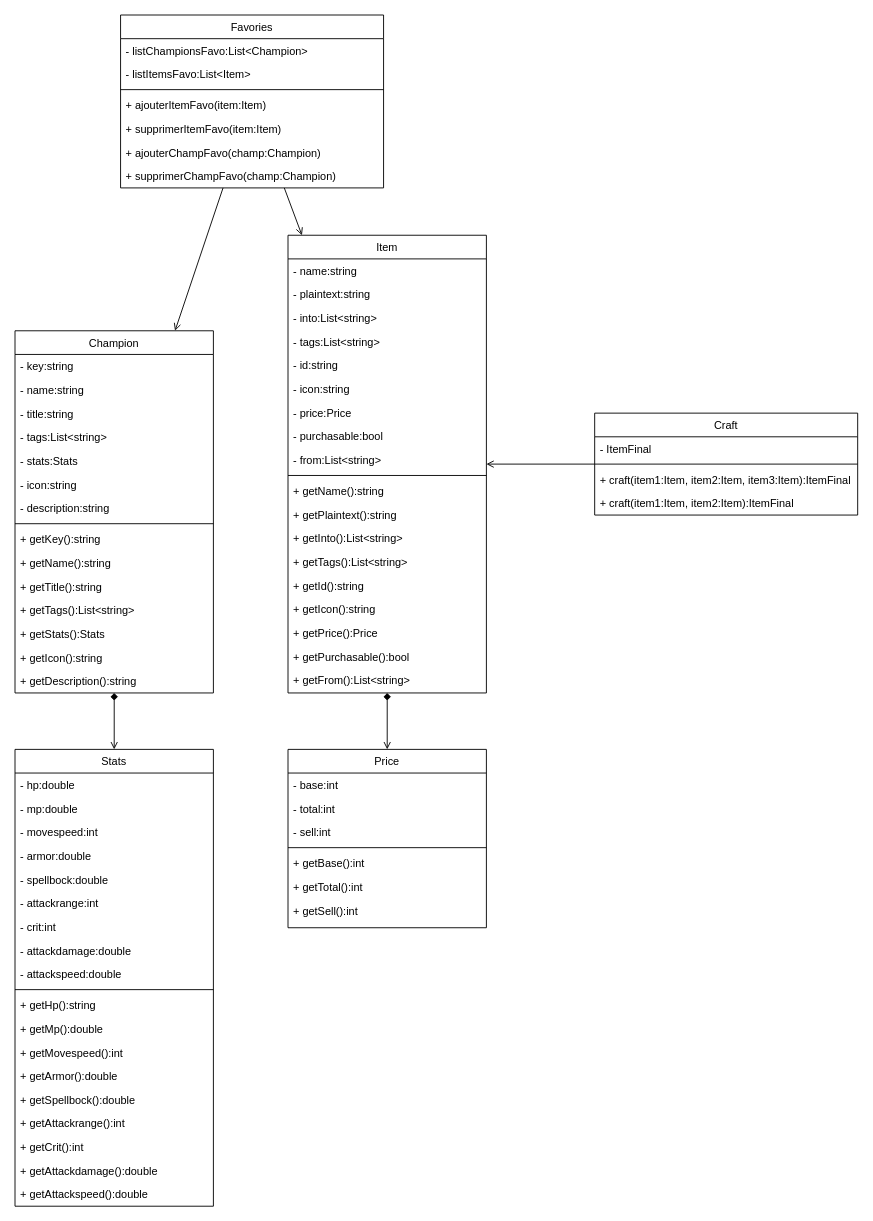
The draw.io diagram Doc/DiagrammeDeClasse.drawio in waarx11/Projet_Blazor_1_LolExplorer, before the edit. Source tidied: cells renumbered, new cells numbered last; positions are measured from the earlier drawing's top-left corner, leaving out a move shared by most shapes. Both pictures are drawn from the tidied source at 91%, with x=0, y=0 at pixel (15, 15).
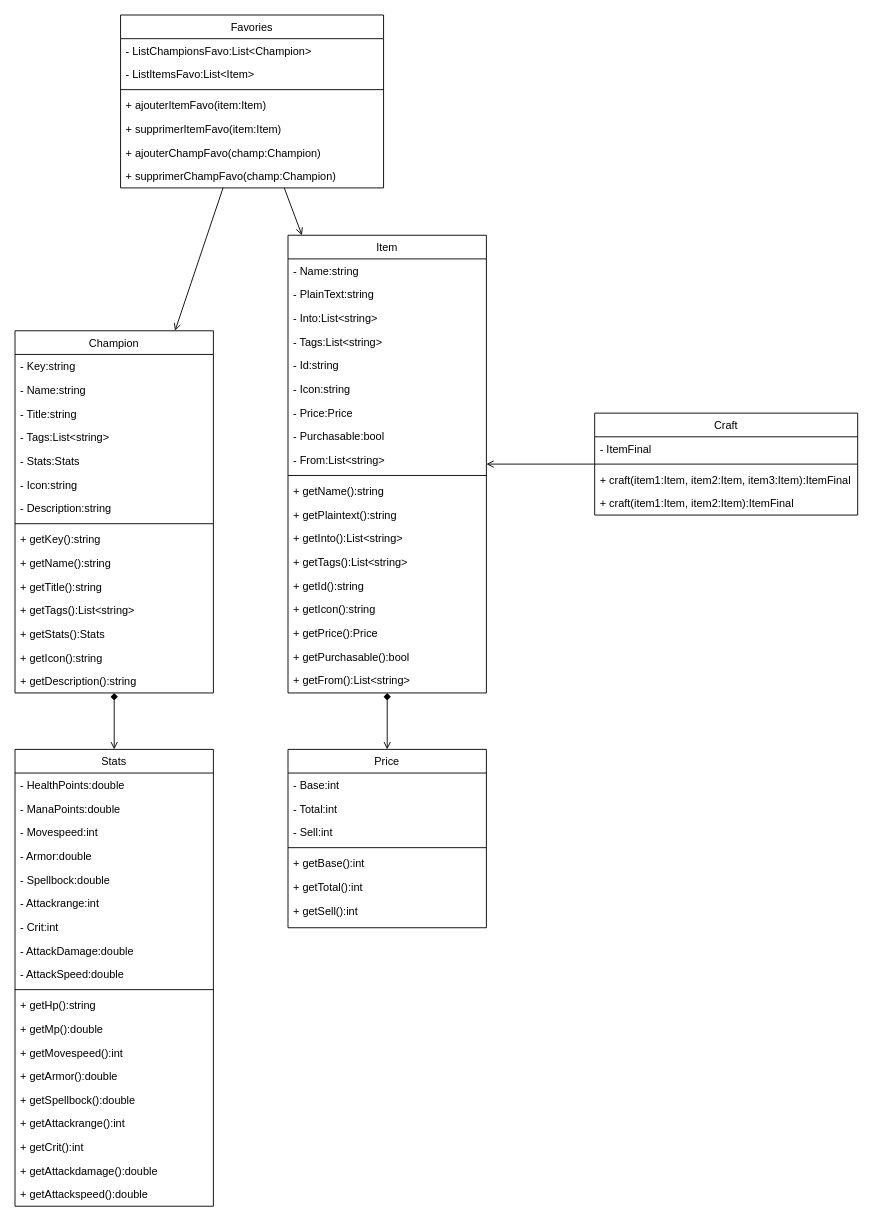
After the change.

Commit message:
Finalisation du Diagramme de classe

The edit, as a diff of the source:
```diff
@@
-    <mxCell id="0" />
-    <mxCell id="1" parent="0" />
+    <mxCell id="84" />
+    <mxCell id="85" parent="84" />
-    <mxCell id="2" value="Champion" style="swimlane;fontStyle=0;align=center;verticalAlign=top;horizontal=1;startSize=26;rounded=0;shadow=0;strokeWidth=1;" parent="1" vertex="1">
+    <mxCell id="2" value="Champion" style="swimlane;fontStyle=0;align=center;verticalAlign=top;horizontal=1;startSize=26;rounded=0;shadow=0;strokeWidth=1;" parent="85" vertex="1">
       <mxGeometry y="347" width="218" height="398" as="geometry" />
     </mxCell>
-    <mxCell id="3" value="- key:string" style="text;align=left;verticalAlign=top;spacingLeft=4;spacingRight=4;overflow=hidden;" parent="2" vertex="1">
-      <mxGeometry y="26" width="218" height="26" as="geometry" />
-    </mxCell>
-    <mxCell id="4" value="- name:string" style="text;align=left;verticalAlign=top;spacingLeft=4;spacingRight=4;overflow=hidden;" parent="2" vertex="1">
-      <mxGeometry y="52" width="218" height="26" as="geometry" />
-    </mxCell>
-    <mxCell id="5" value="- title:string" style="text;align=left;verticalAlign=top;spacingLeft=4;spacingRight=4;overflow=hidden;" parent="2" vertex="1">
-      <mxGeometry y="78" width="218" height="26" as="geometry" />
-    </mxCell>
-    <mxCell id="6" value="- tags:List&lt;string&gt;" style="text;align=left;verticalAlign=top;spacingLeft=4;spacingRight=4;overflow=hidden;" parent="2" vertex="1">
-      <mxGeometry y="104" width="218" height="26" as="geometry" />
-    </mxCell>
-    <mxCell id="7" value="- stats:Stats" style="text;align=left;verticalAlign=top;spacingLeft=4;spacingRight=4;overflow=hidden;" parent="2" vertex="1">
-      <mxGeometry y="130" width="218" height="26" as="geometry" />
-    </mxCell>
-    <mxCell id="8" value="- icon:string" style="text;align=left;verticalAlign=top;spacingLeft=4;spacingRight=4;overflow=hidden;" parent="2" vertex="1">
-      <mxGeometry y="156" width="218" height="26" as="geometry" />
-    </mxCell>
-    <mxCell id="9" value="- description:string" style="text;align=left;verticalAlign=top;spacingLeft=4;spacingRight=4;overflow=hidden;" parent="2" vertex="1">
-      <mxGeometry y="182" width="218" height="26" as="geometry" />
-    </mxCell>
+    <mxCell id="86" value="- Key:string" style="text;align=left;verticalAlign=top;spacingLeft=4;spacingRight=4;overflow=hidden;" parent="2" vertex="1">
+      <mxGeometry y="26" width="218" height="26" as="geometry" />
+    </mxCell>
+    <mxCell id="87" value="- Name:string" style="text;align=left;verticalAlign=top;spacingLeft=4;spacingRight=4;overflow=hidden;" parent="2" vertex="1">
+      <mxGeometry y="52" width="218" height="26" as="geometry" />
+    </mxCell>
+    <mxCell id="88" value="- Title:string" style="text;align=left;verticalAlign=top;spacingLeft=4;spacingRight=4;overflow=hidden;" parent="2" vertex="1">
+      <mxGeometry y="78" width="218" height="26" as="geometry" />
+    </mxCell>
+    <mxCell id="89" value="- Tags:List&lt;string&gt;" style="text;align=left;verticalAlign=top;spacingLeft=4;spacingRight=4;overflow=hidden;" parent="2" vertex="1">
+      <mxGeometry y="104" width="218" height="26" as="geometry" />
+    </mxCell>
+    <mxCell id="90" value="- Stats:Stats" style="text;align=left;verticalAlign=top;spacingLeft=4;spacingRight=4;overflow=hidden;" parent="2" vertex="1">
+      <mxGeometry y="130" width="218" height="26" as="geometry" />
+    </mxCell>
+    <mxCell id="91" value="- Icon:string" style="text;align=left;verticalAlign=top;spacingLeft=4;spacingRight=4;overflow=hidden;" parent="2" vertex="1">
+      <mxGeometry y="156" width="218" height="26" as="geometry" />
+    </mxCell>
+    <mxCell id="92" value="- Description:string" style="text;align=left;verticalAlign=top;spacingLeft=4;spacingRight=4;overflow=hidden;" parent="2" vertex="1">
+      <mxGeometry y="182" width="218" height="26" as="geometry" />
+    </mxCell>
@@
-    <mxCell id="18" value="Stats" style="swimlane;fontStyle=0;align=center;verticalAlign=top;horizontal=1;startSize=26;rounded=0;shadow=0;strokeWidth=1;" parent="1" vertex="1">
+    <mxCell id="18" value="Stats" style="swimlane;fontStyle=0;align=center;verticalAlign=top;horizontal=1;startSize=26;rounded=0;shadow=0;strokeWidth=1;" parent="85" vertex="1">
       <mxGeometry y="807" width="218" height="502" as="geometry" />
     </mxCell>
-    <mxCell id="19" value="- hp:double" style="text;align=left;verticalAlign=top;spacingLeft=4;spacingRight=4;overflow=hidden;" parent="18" vertex="1">
-      <mxGeometry y="26" width="218" height="26" as="geometry" />
-    </mxCell>
-    <mxCell id="20" value="- mp:double" style="text;align=left;verticalAlign=top;spacingLeft=4;spacingRight=4;overflow=hidden;" parent="18" vertex="1">
-      <mxGeometry y="52" width="218" height="26" as="geometry" />
-    </mxCell>
-    <mxCell id="21" value="- movespeed:int" style="text;align=left;verticalAlign=top;spacingLeft=4;spacingRight=4;overflow=hidden;" parent="18" vertex="1">
-      <mxGeometry y="78" width="218" height="26" as="geometry" />
-    </mxCell>
-    <mxCell id="22" value="- armor:double" style="text;align=left;verticalAlign=top;spacingLeft=4;spacingRight=4;overflow=hidden;" parent="18" vertex="1">
-      <mxGeometry y="104" width="218" height="26" as="geometry" />
-    </mxCell>
-    <mxCell id="23" value="- spellbock:double" style="text;align=left;verticalAlign=top;spacingLeft=4;spacingRight=4;overflow=hidden;" parent="18" vertex="1">
-      <mxGeometry y="130" width="218" height="26" as="geometry" />
-    </mxCell>
-    <mxCell id="24" value="- attackrange:int" style="text;align=left;verticalAlign=top;spacingLeft=4;spacingRight=4;overflow=hidden;" parent="18" vertex="1">
-      <mxGeometry y="156" width="218" height="26" as="geometry" />
-    </mxCell>
-    <mxCell id="25" value="- crit:int" style="text;align=left;verticalAlign=top;spacingLeft=4;spacingRight=4;overflow=hidden;" parent="18" vertex="1">
-      <mxGeometry y="182" width="218" height="26" as="geometry" />
-    </mxCell>
-    <mxCell id="26" value="- attackdamage:double" style="text;align=left;verticalAlign=top;spacingLeft=4;spacingRight=4;overflow=hidden;" parent="18" vertex="1">
-      <mxGeometry y="208" width="218" height="26" as="geometry" />
-    </mxCell>
-    <mxCell id="27" value="- attackspeed:double" style="text;align=left;verticalAlign=top;spacingLeft=4;spacingRight=4;overflow=hidden;" parent="18" vertex="1">
-      <mxGeometry y="234" width="218" height="26" as="geometry" />
-    </mxCell>
-    <mxCell id="28" style="line;html=1;strokeWidth=1;align=left;verticalAlign=middle;spacingTop=-1;spacingLeft=3;spacingRight=3;labelPosition=right;" parent="18" vertex="1">
-      <mxGeometry y="260" width="218" height="8" as="geometry" />
-    </mxCell>
+    <mxCell id="93" value="- HealthPoints:double" style="text;align=left;verticalAlign=top;spacingLeft=4;spacingRight=4;overflow=hidden;" parent="18" vertex="1">
+      <mxGeometry y="26" width="218" height="26" as="geometry" />
+    </mxCell>
+    <mxCell id="94" value="- ManaPoints:double" style="text;align=left;verticalAlign=top;spacingLeft=4;spacingRight=4;overflow=hidden;" parent="18" vertex="1">
+      <mxGeometry y="52" width="218" height="26" as="geometry" />
+    </mxCell>
+    <mxCell id="95" value="- Movespeed:int" style="text;align=left;verticalAlign=top;spacingLeft=4;spacingRight=4;overflow=hidden;" parent="18" vertex="1">
+      <mxGeometry y="78" width="218" height="26" as="geometry" />
+    </mxCell>
+    <mxCell id="96" value="- Armor:double" style="text;align=left;verticalAlign=top;spacingLeft=4;spacingRight=4;overflow=hidden;" parent="18" vertex="1">
+      <mxGeometry y="104" width="218" height="26" as="geometry" />
+    </mxCell>
+    <mxCell id="97" value="- Spellbock:double" style="text;align=left;verticalAlign=top;spacingLeft=4;spacingRight=4;overflow=hidden;" parent="18" vertex="1">
+      <mxGeometry y="130" width="218" height="26" as="geometry" />
+    </mxCell>
+    <mxCell id="98" value="- Attackrange:int" style="text;align=left;verticalAlign=top;spacingLeft=4;spacingRight=4;overflow=hidden;" parent="18" vertex="1">
+      <mxGeometry y="156" width="218" height="26" as="geometry" />
+    </mxCell>
+    <mxCell id="99" value="- Crit:int" style="text;align=left;verticalAlign=top;spacingLeft=4;spacingRight=4;overflow=hidden;" parent="18" vertex="1">
+      <mxGeometry y="182" width="218" height="26" as="geometry" />
+    </mxCell>
+    <mxCell id="100" value="- AttackDamage:double" style="text;align=left;verticalAlign=top;spacingLeft=4;spacingRight=4;overflow=hidden;" parent="18" vertex="1">
+      <mxGeometry y="208" width="218" height="26" as="geometry" />
+    </mxCell>
+    <mxCell id="101" value="- AttackSpeed:double" style="text;align=left;verticalAlign=top;spacingLeft=4;spacingRight=4;overflow=hidden;" parent="18" vertex="1">
+      <mxGeometry y="234" width="218" height="26" as="geometry" />
+    </mxCell>
+    <mxCell id="102" style="line;html=1;strokeWidth=1;align=left;verticalAlign=middle;spacingTop=-1;spacingLeft=3;spacingRight=3;labelPosition=right;" parent="18" vertex="1">
+      <mxGeometry y="260" width="218" height="8" as="geometry" />
+    </mxCell>
@@
-    <mxCell id="38" style="endArrow=open;html=1;rounded=0;endFill=0;startArrow=diamond;startFill=1;strokeWidth=1;" parent="1" edge="1" source="2" target="18">
+    <mxCell id="38" style="endArrow=open;html=1;rounded=0;endFill=0;startArrow=diamond;startFill=1;strokeWidth=1;" parent="85" edge="1" source="2" target="18">
       <mxGeometry relative="1" as="geometry" />
     </mxCell>
-    <mxCell id="39" value="Item" style="swimlane;fontStyle=0;align=center;verticalAlign=top;horizontal=1;startSize=26;rounded=0;shadow=0;strokeWidth=1;" parent="1" vertex="1">
+    <mxCell id="39" value="Item" style="swimlane;fontStyle=0;align=center;verticalAlign=top;horizontal=1;startSize=26;rounded=0;shadow=0;strokeWidth=1;" parent="85" vertex="1">
       <mxGeometry x="300" y="242" width="218" height="503" as="geometry" />
     </mxCell>
-    <mxCell id="40" value="- name:string" style="text;align=left;verticalAlign=top;spacingLeft=4;spacingRight=4;overflow=hidden;" parent="39" vertex="1">
-      <mxGeometry y="26" width="218" height="26" as="geometry" />
-    </mxCell>
-    <mxCell id="41" value="- plaintext:string" style="text;align=left;verticalAlign=top;spacingLeft=4;spacingRight=4;overflow=hidden;" parent="39" vertex="1">
-      <mxGeometry y="52" width="218" height="26" as="geometry" />
-    </mxCell>
-    <mxCell id="42" value="- into:List&lt;string&gt;" style="text;align=left;verticalAlign=top;spacingLeft=4;spacingRight=4;overflow=hidden;" parent="39" vertex="1">
-      <mxGeometry y="78" width="218" height="26" as="geometry" />
-    </mxCell>
-    <mxCell id="43" value="- tags:List&lt;string&gt;" style="text;align=left;verticalAlign=top;spacingLeft=4;spacingRight=4;overflow=hidden;" parent="39" vertex="1">
-      <mxGeometry y="104" width="218" height="26" as="geometry" />
-    </mxCell>
-    <mxCell id="44" value="- id:string" style="text;align=left;verticalAlign=top;spacingLeft=4;spacingRight=4;overflow=hidden;" parent="39" vertex="1">
-      <mxGeometry y="130" width="218" height="26" as="geometry" />
-    </mxCell>
-    <mxCell id="45" value="- icon:string" style="text;align=left;verticalAlign=top;spacingLeft=4;spacingRight=4;overflow=hidden;" parent="39" vertex="1">
-      <mxGeometry y="156" width="218" height="26" as="geometry" />
-    </mxCell>
-    <mxCell id="46" value="- price:Price" style="text;align=left;verticalAlign=top;spacingLeft=4;spacingRight=4;overflow=hidden;" parent="39" vertex="1">
-      <mxGeometry y="182" width="218" height="26" as="geometry" />
-    </mxCell>
-    <mxCell id="47" value="- purchasable:bool" style="text;align=left;verticalAlign=top;spacingLeft=4;spacingRight=4;overflow=hidden;" parent="39" vertex="1">
-      <mxGeometry y="208" width="218" height="26" as="geometry" />
-    </mxCell>
-    <mxCell id="48" value="- from:List&lt;string&gt;" style="text;align=left;verticalAlign=top;spacingLeft=4;spacingRight=4;overflow=hidden;" parent="39" vertex="1">
-      <mxGeometry y="234" width="218" height="26" as="geometry" />
-    </mxCell>
-    <mxCell id="49" style="line;html=1;strokeWidth=1;align=left;verticalAlign=middle;spacingTop=-1;spacingLeft=3;spacingRight=3;labelPosition=right;" parent="39" vertex="1">
-      <mxGeometry y="260" width="218" height="8" as="geometry" />
-    </mxCell>
+    <mxCell id="103" value="- Name:string" style="text;align=left;verticalAlign=top;spacingLeft=4;spacingRight=4;overflow=hidden;" parent="39" vertex="1">
+      <mxGeometry y="26" width="218" height="26" as="geometry" />
+    </mxCell>
+    <mxCell id="104" value="- PlainText:string" style="text;align=left;verticalAlign=top;spacingLeft=4;spacingRight=4;overflow=hidden;" parent="39" vertex="1">
+      <mxGeometry y="52" width="218" height="26" as="geometry" />
+    </mxCell>
+    <mxCell id="105" value="- Into:List&lt;string&gt;" style="text;align=left;verticalAlign=top;spacingLeft=4;spacingRight=4;overflow=hidden;" parent="39" vertex="1">
+      <mxGeometry y="78" width="218" height="26" as="geometry" />
+    </mxCell>
+    <mxCell id="106" value="- Tags:List&lt;string&gt;" style="text;align=left;verticalAlign=top;spacingLeft=4;spacingRight=4;overflow=hidden;" parent="39" vertex="1">
+      <mxGeometry y="104" width="218" height="26" as="geometry" />
+    </mxCell>
+    <mxCell id="107" value="- Id:string" style="text;align=left;verticalAlign=top;spacingLeft=4;spacingRight=4;overflow=hidden;" parent="39" vertex="1">
+      <mxGeometry y="130" width="218" height="26" as="geometry" />
+    </mxCell>
+    <mxCell id="108" value="- Icon:string" style="text;align=left;verticalAlign=top;spacingLeft=4;spacingRight=4;overflow=hidden;" parent="39" vertex="1">
+      <mxGeometry y="156" width="218" height="26" as="geometry" />
+    </mxCell>
+    <mxCell id="109" value="- Price:Price" style="text;align=left;verticalAlign=top;spacingLeft=4;spacingRight=4;overflow=hidden;" parent="39" vertex="1">
+      <mxGeometry y="182" width="218" height="26" as="geometry" />
+    </mxCell>
+    <mxCell id="110" value="- Purchasable:bool" style="text;align=left;verticalAlign=top;spacingLeft=4;spacingRight=4;overflow=hidden;" parent="39" vertex="1">
+      <mxGeometry y="208" width="218" height="26" as="geometry" />
+    </mxCell>
+    <mxCell id="111" value="- From:List&lt;string&gt;" style="text;align=left;verticalAlign=top;spacingLeft=4;spacingRight=4;overflow=hidden;" parent="39" vertex="1">
+      <mxGeometry y="234" width="218" height="26" as="geometry" />
+    </mxCell>
+    <mxCell id="112" style="line;html=1;strokeWidth=1;align=left;verticalAlign=middle;spacingTop=-1;spacingLeft=3;spacingRight=3;labelPosition=right;" parent="39" vertex="1">
+      <mxGeometry y="260" width="218" height="8" as="geometry" />
+    </mxCell>
@@
-    <mxCell id="59" style="endArrow=open;html=1;rounded=0;endFill=0;startArrow=diamond;startFill=1;strokeWidth=1;" parent="1" edge="1" source="39" target="60">
+    <mxCell id="59" style="endArrow=open;html=1;rounded=0;endFill=0;startArrow=diamond;startFill=1;strokeWidth=1;" parent="85" edge="1" source="39" target="60">
       <mxGeometry relative="1" as="geometry" />
     </mxCell>
-    <mxCell id="60" value="Price" style="swimlane;fontStyle=0;align=center;verticalAlign=top;horizontal=1;startSize=26;rounded=0;shadow=0;strokeWidth=1;" parent="1" vertex="1">
+    <mxCell id="60" value="Price" style="swimlane;fontStyle=0;align=center;verticalAlign=top;horizontal=1;startSize=26;rounded=0;shadow=0;strokeWidth=1;" parent="85" vertex="1">
       <mxGeometry x="300" y="807" width="218" height="196" as="geometry" />
     </mxCell>
-    <mxCell id="61" value="- base:int" style="text;align=left;verticalAlign=top;spacingLeft=4;spacingRight=4;overflow=hidden;" parent="60" vertex="1">
-      <mxGeometry y="26" width="218" height="26" as="geometry" />
-    </mxCell>
-    <mxCell id="62" value="- total:int" style="text;align=left;verticalAlign=top;spacingLeft=4;spacingRight=4;overflow=hidden;" parent="60" vertex="1">
-      <mxGeometry y="52" width="218" height="26" as="geometry" />
-    </mxCell>
-    <mxCell id="63" value="- sell:int" style="text;align=left;verticalAlign=top;spacingLeft=4;spacingRight=4;overflow=hidden;" parent="60" vertex="1">
-      <mxGeometry y="78" width="218" height="26" as="geometry" />
-    </mxCell>
+    <mxCell id="113" value="- Base:int" style="text;align=left;verticalAlign=top;spacingLeft=4;spacingRight=4;overflow=hidden;" parent="60" vertex="1">
+      <mxGeometry y="26" width="218" height="26" as="geometry" />
+    </mxCell>
+    <mxCell id="114" value="- Total:int" style="text;align=left;verticalAlign=top;spacingLeft=4;spacingRight=4;overflow=hidden;" parent="60" vertex="1">
+      <mxGeometry y="52" width="218" height="26" as="geometry" />
+    </mxCell>
+    <mxCell id="115" value="- Sell:int" style="text;align=left;verticalAlign=top;spacingLeft=4;spacingRight=4;overflow=hidden;" parent="60" vertex="1">
+      <mxGeometry y="78" width="218" height="26" as="geometry" />
+    </mxCell>
@@
-    <mxCell id="68" value="Craft" style="swimlane;fontStyle=0;align=center;verticalAlign=top;horizontal=1;startSize=26;rounded=0;shadow=0;strokeWidth=1;" parent="1" vertex="1">
+    <mxCell id="68" value="Craft" style="swimlane;fontStyle=0;align=center;verticalAlign=top;horizontal=1;startSize=26;rounded=0;shadow=0;strokeWidth=1;" parent="85" vertex="1">
       <mxGeometry x="637" y="437.5" width="289" height="112" as="geometry" />
     </mxCell>
@@
-    <mxCell id="73" style="endArrow=open;html=1;rounded=0;endFill=0;startArrow=none;startFill=0;strokeWidth=1;" parent="1" edge="1" source="68" target="39">
+    <mxCell id="73" style="endArrow=open;html=1;rounded=0;endFill=0;startArrow=none;startFill=0;strokeWidth=1;" parent="85" edge="1" source="68" target="39">
       <mxGeometry relative="1" as="geometry" />
     </mxCell>
-    <mxCell id="74" value="Favories" style="swimlane;fontStyle=0;align=center;verticalAlign=top;horizontal=1;startSize=26;rounded=0;shadow=0;strokeWidth=1;" parent="1" vertex="1">
+    <mxCell id="74" value="Favories" style="swimlane;fontStyle=0;align=center;verticalAlign=top;horizontal=1;startSize=26;rounded=0;shadow=0;strokeWidth=1;" parent="85" vertex="1">
       <mxGeometry x="116" width="289" height="190" as="geometry" />
     </mxCell>
-    <mxCell id="75" value="- listChampionsFavo:List&lt;Champion&gt;" style="text;align=left;verticalAlign=top;spacingLeft=4;spacingRight=4;overflow=hidden;" parent="74" vertex="1">
-      <mxGeometry y="26" width="289" height="26" as="geometry" />
-    </mxCell>
-    <mxCell id="76" value="- listItemsFavo:List&lt;Item&gt;" style="text;align=left;verticalAlign=top;spacingLeft=4;spacingRight=4;overflow=hidden;" parent="74" vertex="1">
-      <mxGeometry y="52" width="289" height="26" as="geometry" />
-    </mxCell>
+    <mxCell id="116" value="- ListChampionsFavo:List&lt;Champion&gt;" style="text;align=left;verticalAlign=top;spacingLeft=4;spacingRight=4;overflow=hidden;" parent="74" vertex="1">
+      <mxGeometry y="26" width="289" height="26" as="geometry" />
+    </mxCell>
+    <mxCell id="117" value="- ListItemsFavo:List&lt;Item&gt;" style="text;align=left;verticalAlign=top;spacingLeft=4;spacingRight=4;overflow=hidden;" parent="74" vertex="1">
+      <mxGeometry y="52" width="289" height="26" as="geometry" />
+    </mxCell>
@@
-    <mxCell id="82" style="endArrow=open;html=1;rounded=0;endFill=0;startArrow=none;startFill=0;strokeWidth=1;" parent="1" edge="1" source="74" target="39">
+    <mxCell id="82" style="endArrow=open;html=1;rounded=0;endFill=0;startArrow=none;startFill=0;strokeWidth=1;" parent="85" edge="1" source="74" target="39">
       <mxGeometry relative="1" as="geometry" />
     </mxCell>
-    <mxCell id="83" style="endArrow=open;html=1;rounded=0;endFill=0;startArrow=none;startFill=0;strokeWidth=1;" parent="1" edge="1" source="74" target="2">
+    <mxCell id="83" style="endArrow=open;html=1;rounded=0;endFill=0;startArrow=none;startFill=0;strokeWidth=1;" parent="85" edge="1" source="74" target="2">
       <mxGeometry relative="1" as="geometry" />
     </mxCell>
```
